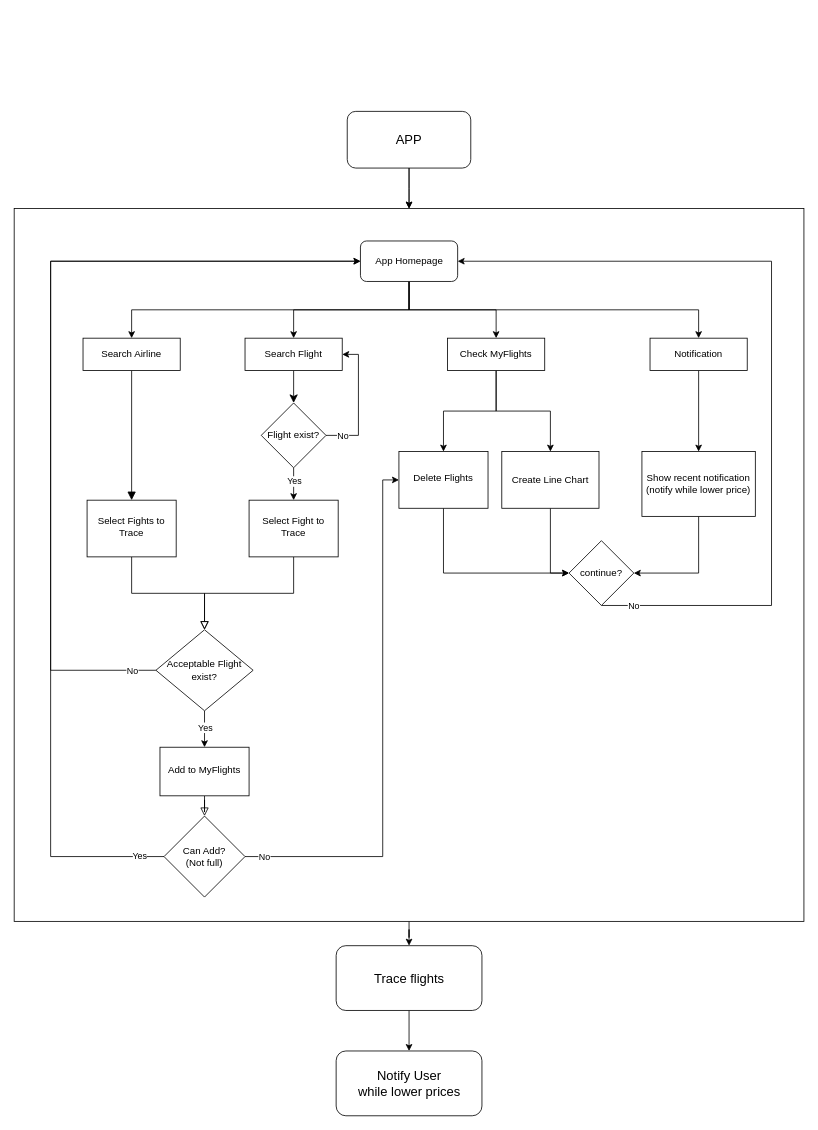
The draw.io diagram FlightTicket_flow.drawio in CY-Marowak/FlightTicketProject, before the edit. Source tidied: cells renumbered, new cells numbered last; positions are measured from the earlier drawing's top-left corner, leaving out a move shared by most shapes. Both pictures are drawn from the tidied source at 81%, with x=0, y=0 at pixel (14, 111).
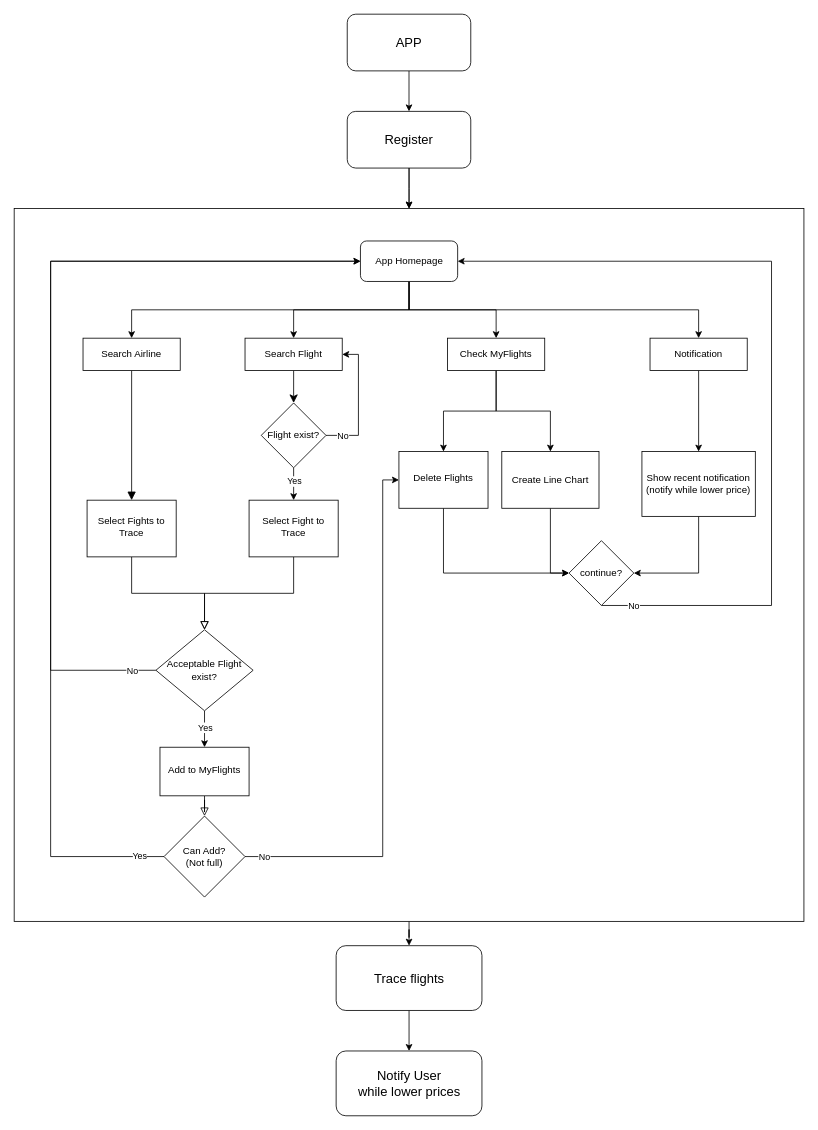
The same diagram, later.

Change to the diagram source:
```diff
@@
-    <mxCell id="43" value="&lt;font style=&quot;font-size: 16px;&quot;&gt;APP&lt;/font&gt;" style="rounded=1;whiteSpace=wrap;html=1;" parent="1" vertex="1">
+    <mxCell id="43" value="&lt;font style=&quot;font-size: 16px;&quot;&gt;Register&lt;/font&gt;" style="rounded=1;whiteSpace=wrap;html=1;" parent="1" vertex="1">
       <mxGeometry x="411.2" width="152.5" height="70" as="geometry" />
     </mxCell>
@@
+    <mxCell id="54" style="edgeStyle=orthogonalEdgeStyle;rounded=0;jettySize=auto;html=1;exitX=0.5;exitY=1;exitDx=0;exitDy=0;entryX=0.5;entryY=0;entryDx=0;entryDy=0;" parent="1" edge="1" source="55" target="43">
+      <mxGeometry relative="1" as="geometry" />
+    </mxCell>
+    <mxCell id="55" value="&lt;font style=&quot;font-size: 16px;&quot;&gt;APP&lt;/font&gt;" style="rounded=1;whiteSpace=wrap;html=1;" parent="1" vertex="1">
+      <mxGeometry x="411.2" y="-120" width="152.5" height="70" as="geometry" />
+    </mxCell>
```
